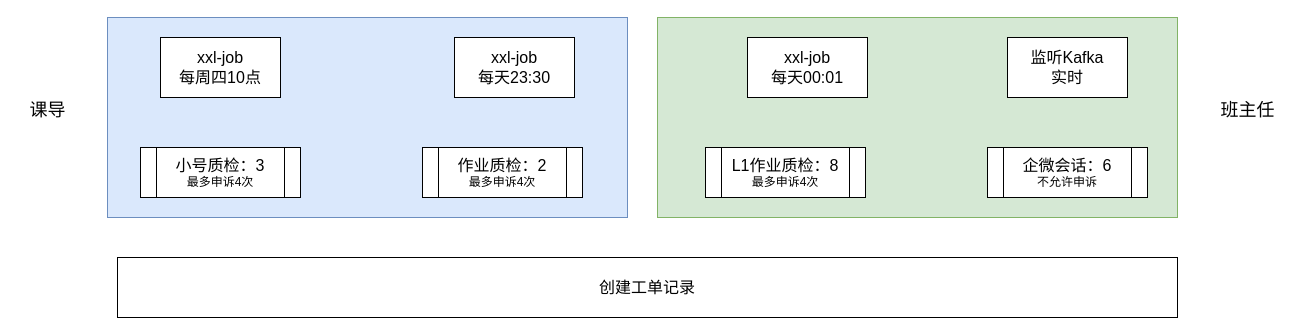
This is 核桃-工单系统业务梳理.drawio from hongweilv-whu/flowCharts, a draw.io file, before an edit. Source tidied: cells renumbered, new cells numbered last; positions are measured from the earlier drawing's top-left corner, leaving out a move shared by most shapes. Both pictures are drawn from the tidied source at 100%, with x=0, y=0 at pixel (17, 17).
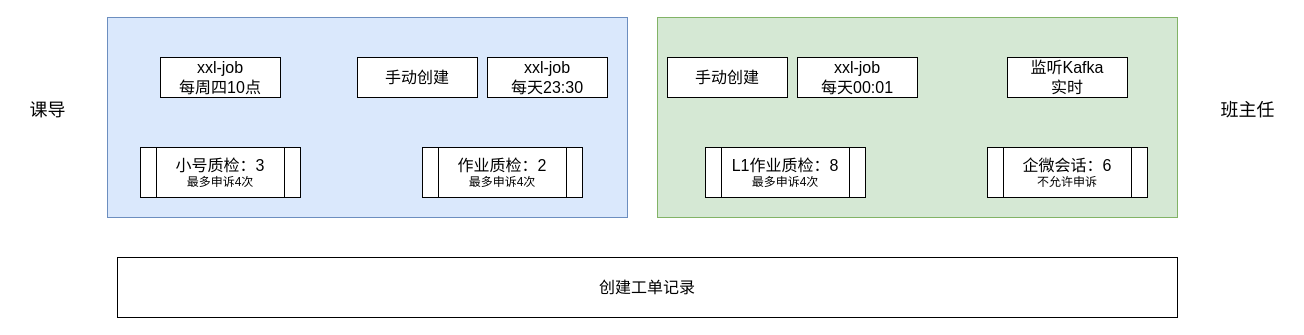
After the change.

Commit message:
更新核桃-工单系统业务梳理.drawio

Change to the diagram source:
```diff
@@
 <mxGraphModel>
   <root>
     <mxCell id="0" />
     <mxCell id="1" parent="0" />
     <mxCell id="2" style="rounded=0;whiteSpace=wrap;html=1;fillColor=#d5e8d4;strokeColor=#82b366;" parent="1" vertex="1">
       <mxGeometry x="640" width="520" height="200" as="geometry" />
     </mxCell>
     <mxCell id="3" style="rounded=0;whiteSpace=wrap;html=1;fillColor=#dae8fc;strokeColor=#6c8ebf;" parent="1" vertex="1">
       <mxGeometry x="90" width="520" height="200" as="geometry" />
     </mxCell>
     <mxCell id="4" value="&lt;font style=&quot;&quot;&gt;&lt;span style=&quot;font-size: 16px;&quot;&gt;小号质检：3&lt;/span&gt;&lt;br&gt;&lt;font style=&quot;font-size: 12px;&quot;&gt;最多申诉4次&lt;/font&gt;&lt;br&gt;&lt;/font&gt;" style="shape=process;whiteSpace=wrap;html=1;backgroundOutline=1;" parent="1" vertex="1">
       <mxGeometry x="123" y="130" width="160" height="50" as="geometry" />
     </mxCell>
     <mxCell id="5" value="&lt;font style=&quot;&quot;&gt;&lt;span style=&quot;font-size: 16px;&quot;&gt;作业质检：2&lt;/span&gt;&lt;br&gt;&lt;font style=&quot;font-size: 12px;&quot;&gt;最多申诉4次&lt;/font&gt;&lt;br&gt;&lt;/font&gt;" style="shape=process;whiteSpace=wrap;html=1;backgroundOutline=1;" parent="1" vertex="1">
       <mxGeometry x="405" y="130" width="160" height="50" as="geometry" />
     </mxCell>
     <mxCell id="6" value="&lt;font style=&quot;&quot;&gt;&lt;span style=&quot;font-size: 16px;&quot;&gt;L1作业质检：8&lt;/span&gt;&lt;br&gt;&lt;font style=&quot;font-size: 12px;&quot;&gt;最多申诉4次&lt;/font&gt;&lt;br&gt;&lt;/font&gt;" style="shape=process;whiteSpace=wrap;html=1;backgroundOutline=1;" parent="1" vertex="1">
       <mxGeometry x="688" y="130" width="160" height="50" as="geometry" />
     </mxCell>
     <mxCell id="7" value="&lt;span style=&quot;font-size: 16px;&quot;&gt;xxl-job&lt;br&gt;每周四10点&lt;/span&gt;" style="rounded=0;whiteSpace=wrap;html=1;" parent="1" vertex="1">
-      <mxGeometry x="143" y="20" width="120" height="60" as="geometry" />
+      <mxGeometry x="143" y="40" width="120" height="40" as="geometry" />
     </mxCell>
     <mxCell id="8" value="&lt;span style=&quot;font-size: 16px;&quot;&gt;xxl-job&lt;br&gt;每&lt;/span&gt;&lt;font style=&quot;font-size: 16px;&quot;&gt;天23:30&lt;/font&gt;" style="rounded=0;whiteSpace=wrap;html=1;" parent="1" vertex="1">
-      <mxGeometry x="437" y="20" width="120" height="60" as="geometry" />
+      <mxGeometry x="470" y="40" width="120" height="40" as="geometry" />
     </mxCell>
     <mxCell id="9" value="&lt;span style=&quot;font-size: 16px;&quot;&gt;xxl-job&lt;br&gt;每&lt;/span&gt;&lt;font style=&quot;font-size: 16px;&quot;&gt;天00:01&lt;/font&gt;" style="rounded=0;whiteSpace=wrap;html=1;" parent="1" vertex="1">
-      <mxGeometry x="730" y="20" width="120" height="60" as="geometry" />
+      <mxGeometry x="780" y="40" width="120" height="40" as="geometry" />
     </mxCell>
     <mxCell id="10" value="&lt;span style=&quot;font-size: 16px;&quot;&gt;企微会话：6&lt;/span&gt;&lt;br&gt;不允许申诉" style="shape=process;whiteSpace=wrap;html=1;backgroundOutline=1;" parent="1" vertex="1">
       <mxGeometry x="970" y="130" width="160" height="50" as="geometry" />
     </mxCell>
     <mxCell id="11" value="&lt;span style=&quot;font-size: 16px;&quot;&gt;监听Kafka&lt;br&gt;实时&lt;br&gt;&lt;/span&gt;" style="rounded=0;whiteSpace=wrap;html=1;" parent="1" vertex="1">
-      <mxGeometry x="990" y="20" width="120" height="60" as="geometry" />
+      <mxGeometry x="990" y="40" width="120" height="40" as="geometry" />
     </mxCell>
     <mxCell id="12" value="&lt;font style=&quot;font-size: 18px;&quot;&gt;课导&lt;/font&gt;" style="text;html=1;align=center;verticalAlign=middle;strokeColor=none;fillColor=none;" parent="1" vertex="1">
       <mxGeometry y="73" width="60" height="40" as="geometry" />
     </mxCell>
     <mxCell id="13" value="&lt;font style=&quot;font-size: 18px;&quot;&gt;班主任&lt;/font&gt;" style="text;html=1;align=center;verticalAlign=middle;strokeColor=none;fillColor=none;" parent="1" vertex="1">
       <mxGeometry x="1190" y="73" width="80" height="40" as="geometry" />
     </mxCell>
     <mxCell id="14" value="&lt;span style=&quot;font-size: 16px;&quot;&gt;创建工单记录&lt;/span&gt;" style="rounded=0;whiteSpace=wrap;html=1;" parent="1" vertex="1">
       <mxGeometry x="100" y="240" width="1060" height="60" as="geometry" />
     </mxCell>
+    <mxCell id="15" value="&lt;span style=&quot;font-size: 16px;&quot;&gt;手动创建&lt;/span&gt;" style="rounded=0;whiteSpace=wrap;html=1;" parent="1" vertex="1">
+      <mxGeometry x="340" y="40" width="120" height="40" as="geometry" />
+    </mxCell>
+    <mxCell id="16" value="&lt;span style=&quot;font-size: 16px;&quot;&gt;手动创建&lt;/span&gt;" style="rounded=0;whiteSpace=wrap;html=1;" parent="1" vertex="1">
+      <mxGeometry x="650" y="40" width="120" height="40" as="geometry" />
+    </mxCell>
   </root>
 </mxGraphModel>
```
